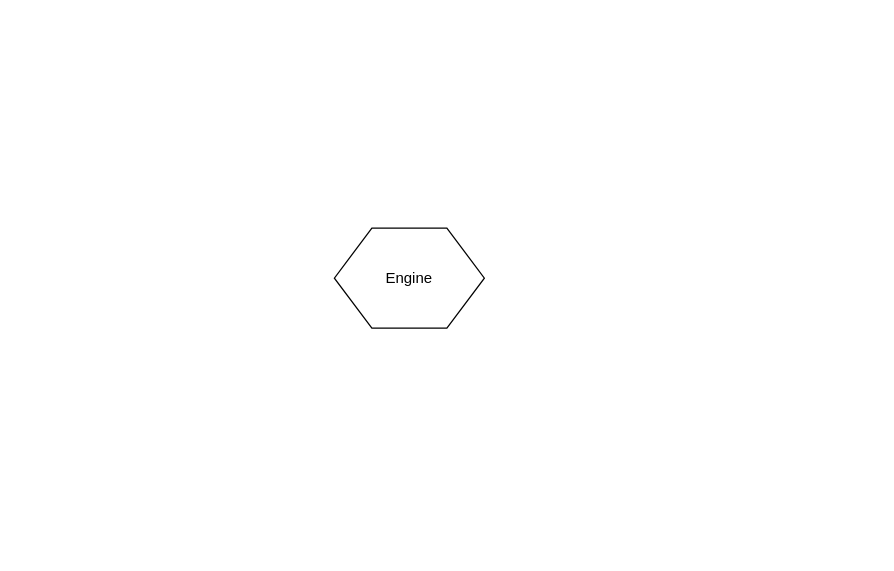
Above: Python/build/Untitled Diagram.drawio in YelonhimX/Code (draw.io), before the change. Source tidied: cells renumbered, new cells numbered last; positions are measured from the earlier drawing's top-left corner, leaving out a move shared by most shapes. Both pictures are drawn from the tidied source at 125%, with x=0, y=0 at pixel (334, 228).
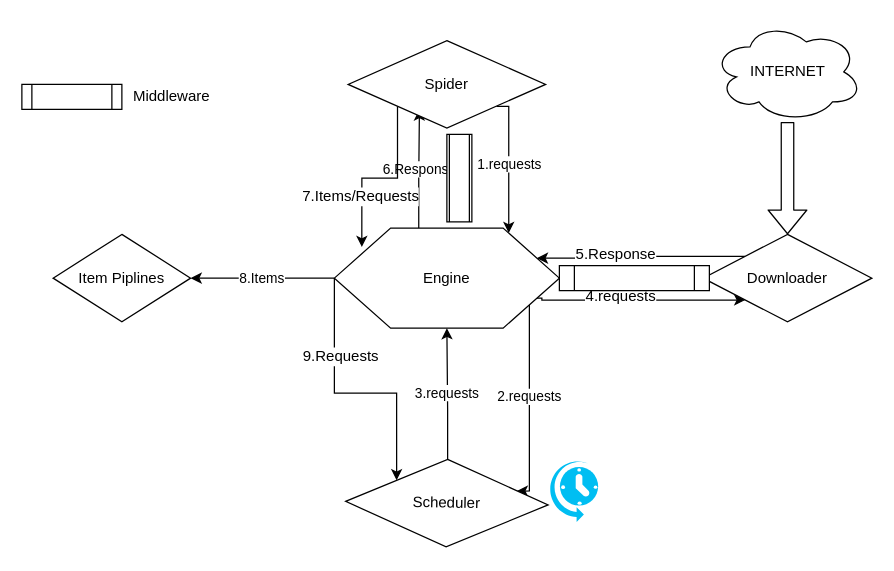
Above is the later version.

The edit, as a diff of the source:
```diff
@@
+    <mxCell id="3" style="edgeStyle=orthogonalEdgeStyle;rounded=0;jettySize=auto;html=1;exitX=1;exitY=0.75;exitDx=0;exitDy=0;entryX=0;entryY=1;entryDx=0;entryDy=0;" parent="1" edge="1" source="2" target="12">
+      <mxGeometry relative="1" as="geometry">
+        <Array as="points">
+          <mxPoint x="166" y="58" />
+        </Array>
+      </mxGeometry>
+    </mxCell>
+    <mxCell id="4" value="4.requests" style="text;html=1;align=center;verticalAlign=middle;labelBackgroundColor=#ffffff;" parent="3" vertex="1">
+      <mxGeometry x="0.15" y="2" relative="1" as="geometry">
+        <mxPoint x="-29" y="-1" as="offset" />
+      </mxGeometry>
+    </mxCell>
+    <mxCell id="5" value="2.requests" style="edgeStyle=orthogonalEdgeStyle;rounded=0;jettySize=auto;html=1;exitX=1;exitY=0.75;exitDx=0;exitDy=0;entryX=0.844;entryY=0.348;entryDx=0;entryDy=0;entryPerimeter=0;" parent="1" edge="1" source="2" target="21">
+      <mxGeometry relative="1" as="geometry">
+        <Array as="points">
+          <mxPoint x="156" y="56" />
+        </Array>
+      </mxGeometry>
+    </mxCell>
+    <mxCell id="6" value="6.Response" style="edgeStyle=orthogonalEdgeStyle;rounded=0;jettySize=auto;html=1;exitX=0.375;exitY=0;exitDx=0;exitDy=0;entryX=0.361;entryY=0.786;entryDx=0;entryDy=0;entryPerimeter=0;" parent="1" edge="1" source="2" target="18">
+      <mxGeometry relative="1" as="geometry" />
+    </mxCell>
+    <mxCell id="7" value="8.Items" style="edgeStyle=orthogonalEdgeStyle;rounded=0;jettySize=auto;html=1;exitX=0;exitY=0.5;exitDx=0;exitDy=0;entryX=1;entryY=0.5;entryDx=0;entryDy=0;" parent="1" edge="1" source="2" target="19">
+      <mxGeometry relative="1" as="geometry" />
+    </mxCell>
+    <mxCell id="8" style="edgeStyle=orthogonalEdgeStyle;rounded=0;jettySize=auto;html=1;exitX=0;exitY=0.5;exitDx=0;exitDy=0;entryX=0;entryY=0;entryDx=0;entryDy=0;" parent="1" edge="1" source="2" target="21">
+      <mxGeometry relative="1" as="geometry">
+        <Array as="points">
+          <mxPoint y="132" />
+          <mxPoint x="50" y="132" />
+        </Array>
+      </mxGeometry>
+    </mxCell>
+    <mxCell id="9" value="9.Requests" style="text;html=1;align=center;verticalAlign=middle;labelBackgroundColor=#ffffff;" parent="8" vertex="1">
+      <mxGeometry x="-0.41" y="4" relative="1" as="geometry" />
+    </mxCell>
     <mxCell id="2" value="Engine" style="shape=hexagon;perimeter=hexagonPerimeter2;whiteSpace=wrap;html=1;" parent="1" vertex="1">
-      <mxGeometry width="120" height="80" as="geometry" />
+      <mxGeometry width="180" height="80" as="geometry" />
     </mxCell>
+    <mxCell id="10" style="edgeStyle=orthogonalEdgeStyle;rounded=0;jettySize=auto;html=1;exitX=0;exitY=0;exitDx=0;exitDy=0;entryX=1;entryY=0.25;entryDx=0;entryDy=0;" parent="1" edge="1" source="12" target="2">
+      <mxGeometry relative="1" as="geometry" />
+    </mxCell>
+    <mxCell id="11" value="5.Response" style="text;html=1;align=center;verticalAlign=middle;labelBackgroundColor=#ffffff;" parent="10" vertex="1">
+      <mxGeometry x="0.26" y="-4" relative="1" as="geometry" />
+    </mxCell>
+    <mxCell id="12" value="Downloader" style="rhombus;whiteSpace=wrap;html=1;" parent="1" vertex="1">
+      <mxGeometry x="295" y="5" width="135" height="70" as="geometry" />
+    </mxCell>
+    <mxCell id="13" value="INTERNET" style="ellipse;shape=cloud;whiteSpace=wrap;html=1;" parent="1" vertex="1">
+      <mxGeometry x="302.5" y="-165" width="120" height="80" as="geometry" />
+    </mxCell>
+    <mxCell id="14" style="shape=flexArrow;endArrow=classic;html=1;exitX=0.5;exitY=1;exitDx=0;exitDy=0;exitPerimeter=0;entryX=0.5;entryY=0;entryDx=0;entryDy=0;" parent="1" edge="1" source="13" target="12">
+      <mxGeometry relative="1" as="geometry" />
+    </mxCell>
+    <mxCell id="15" value="1.requests" style="edgeStyle=orthogonalEdgeStyle;rounded=0;jettySize=auto;html=1;exitX=1;exitY=1;exitDx=0;exitDy=0;entryX=0.775;entryY=0.05;entryDx=0;entryDy=0;entryPerimeter=0;" parent="1" edge="1" source="18" target="2">
+      <mxGeometry relative="1" as="geometry">
+        <Array as="points">
+          <mxPoint x="140" y="-97" />
+        </Array>
+      </mxGeometry>
+    </mxCell>
+    <mxCell id="16" style="edgeStyle=orthogonalEdgeStyle;rounded=0;jettySize=auto;html=1;exitX=0;exitY=1;exitDx=0;exitDy=0;entryX=0.122;entryY=0.188;entryDx=0;entryDy=0;entryPerimeter=0;" parent="1" edge="1" source="18" target="2">
+      <mxGeometry relative="1" as="geometry" />
+    </mxCell>
+    <mxCell id="17" value="7.Items/Requests" style="text;html=1;align=center;verticalAlign=middle;labelBackgroundColor=#ffffff;" parent="16" vertex="1">
+      <mxGeometry x="0.43" y="-1" relative="1" as="geometry" />
+    </mxCell>
+    <mxCell id="18" value="Spider" style="rhombus;whiteSpace=wrap;html=1;" parent="1" vertex="1">
+      <mxGeometry x="11" y="-150" width="158" height="70" as="geometry" />
+    </mxCell>
+    <mxCell id="19" value="Item Piplines" style="rhombus;whiteSpace=wrap;html=1;" parent="1" vertex="1">
+      <mxGeometry x="-225" y="5" width="110" height="70" as="geometry" />
+    </mxCell>
+    <mxCell id="20" value="3.requests" style="edgeStyle=orthogonalEdgeStyle;rounded=0;jettySize=auto;html=1;exitX=0.5;exitY=0;exitDx=0;exitDy=0;entryX=0.5;entryY=1;entryDx=0;entryDy=0;" parent="1" edge="1" source="21" target="2">
+      <mxGeometry relative="1" as="geometry">
+        <Array as="points">
+          <mxPoint x="91" y="145" />
+          <mxPoint x="90" y="145" />
+        </Array>
+      </mxGeometry>
+    </mxCell>
+    <mxCell id="21" value="Scheduler" style="rhombus;whiteSpace=wrap;html=1;rotation=1;" parent="1" vertex="1">
+      <mxGeometry x="9" y="185" width="162" height="70" as="geometry" />
+    </mxCell>
+    <mxCell id="22" style="shape=process;whiteSpace=wrap;html=1;backgroundOutline=1;" parent="1" vertex="1">
+      <mxGeometry x="180" y="30" width="120" height="20" as="geometry" />
+    </mxCell>
+    <mxCell id="23" value="Middleware" style="text;html=1;strokeColor=none;fillColor=none;align=center;verticalAlign=middle;whiteSpace=wrap;rounded=0;" parent="1" vertex="1">
+      <mxGeometry x="-150" y="-115" width="40" height="20" as="geometry" />
+    </mxCell>
+    <mxCell id="24" style="shape=process;whiteSpace=wrap;html=1;backgroundOutline=1;" parent="1" vertex="1">
+      <mxGeometry x="-250" y="-115" width="80" height="20" as="geometry" />
+    </mxCell>
+    <mxCell id="25" style="shape=process;whiteSpace=wrap;html=1;backgroundOutline=1;" parent="1" vertex="1">
+      <mxGeometry x="90" y="-75" width="20" height="70" as="geometry" />
+    </mxCell>
+    <mxCell id="26" style="verticalLabelPosition=bottom;html=1;verticalAlign=top;align=center;strokeColor=none;fillColor=#00BEF2;shape=mxgraph.azure.scheduler;" parent="1" vertex="1">
+      <mxGeometry x="171" y="185" width="40" height="50" as="geometry" />
+    </mxCell>
```
